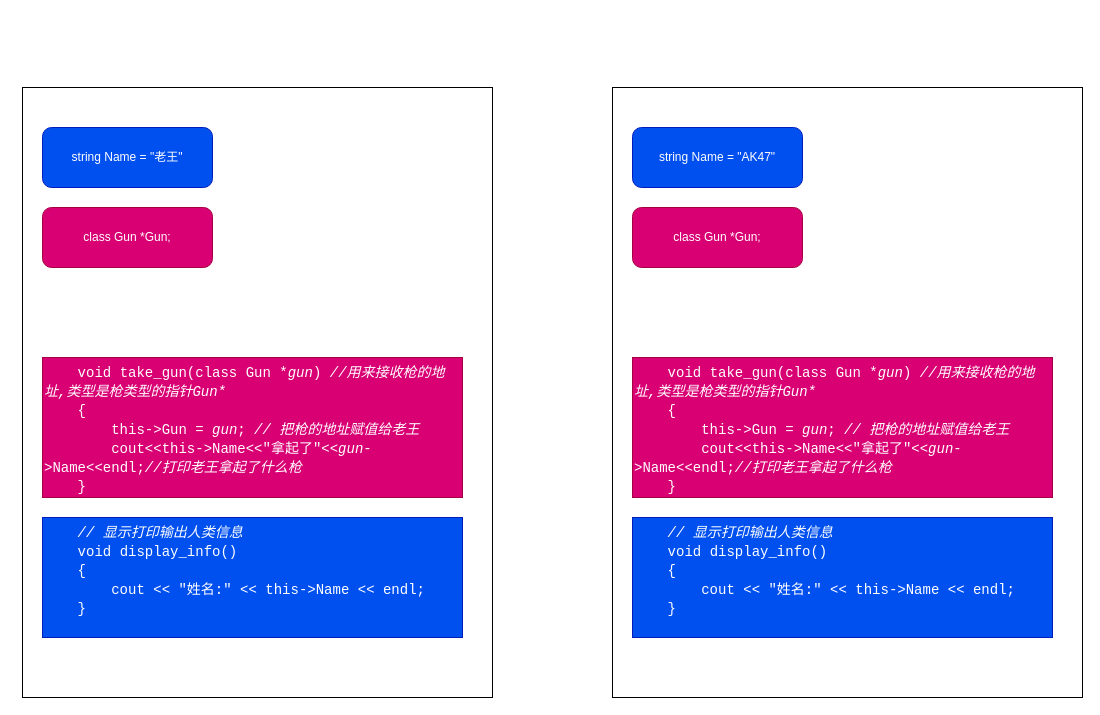
Above: wangmingdongc++/14.drawio in linzhangdaren/CPlusPlus_Learning (draw.io), before the change. Source tidied: cells renumbered, new cells numbered last; positions are measured from the earlier drawing's top-left corner, leaving out a move shared by most shapes. Both pictures are drawn from the tidied source at 100%, with x=0, y=0 at pixel (22, 87).
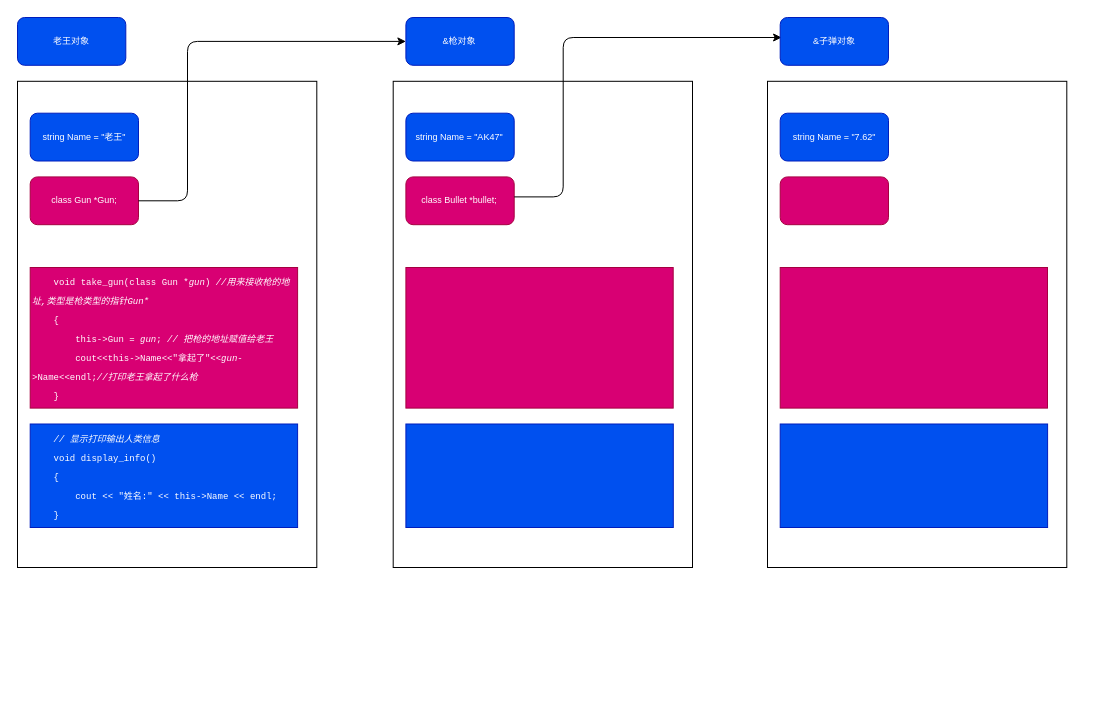
The same diagram, later.

Commit message:
老王开枪脑图

Change to the diagram source:
```diff
@@
+    <mxCell id="12" style="group;" parent="1" vertex="1">
+      <mxGeometry x="-5" y="-70" width="299.3" height="550" as="geometry" />
+    </mxCell>
-    <mxCell id="2" style="rounded=0;whiteSpace=wrap;html=1;labelBackgroundColor=none;fontFamily=Helvetica;fontSize=12;" parent="1" vertex="1">
-      <mxGeometry width="470" height="610" as="geometry" />
+    <mxCell id="2" style="rounded=0;whiteSpace=wrap;html=1;labelBackgroundColor=none;fontFamily=Helvetica;fontSize=9;" parent="12" vertex="1">
+      <mxGeometry y="63.8" width="299.3" height="486.2" as="geometry" />
     </mxCell>
-    <mxCell id="3" value="string Name = &quot;老王&quot;" style="rounded=1;whiteSpace=wrap;html=1;fillColor=#0050ef;fontColor=#ffffff;strokeColor=#001DBC;" parent="1" vertex="1">
-      <mxGeometry x="20" y="40" width="170" height="60" as="geometry" />
-    </mxCell>
-    <mxCell id="4" value="&lt;div style=&quot;font-family: &amp;quot;Fira Code&amp;quot;, Consolas, &amp;quot;Courier New&amp;quot;, monospace; font-weight: normal; font-size: 14px; line-height: 19px;&quot;&gt;&lt;div style=&quot;line-height: 19px;&quot;&gt;&lt;div&gt;&lt;span style=&quot;&quot;&gt;&amp;nbsp; &amp;nbsp; &lt;/span&gt;&lt;span style=&quot;&quot;&gt;void&lt;/span&gt;&lt;span style=&quot;&quot;&gt; &lt;/span&gt;&lt;span style=&quot;&quot;&gt;take_gun&lt;/span&gt;&lt;span style=&quot;&quot;&gt;(&lt;/span&gt;&lt;span style=&quot;&quot;&gt;class&lt;/span&gt;&lt;span style=&quot;&quot;&gt; &lt;/span&gt;&lt;span style=&quot;&quot;&gt;Gun&lt;/span&gt;&lt;span style=&quot;&quot;&gt; &lt;/span&gt;&lt;span style=&quot;&quot;&gt;*&lt;/span&gt;&lt;span style=&quot;font-style: italic;&quot;&gt;gun&lt;/span&gt;&lt;span style=&quot;&quot;&gt;)&lt;/span&gt;&lt;span style=&quot;font-style: italic;&quot;&gt; //用来接收枪的地址,类型是枪类型的指针Gun*&lt;/span&gt;&lt;/div&gt;&lt;div&gt;&lt;span style=&quot;&quot;&gt;&amp;nbsp; &amp;nbsp; &lt;/span&gt;&lt;span style=&quot;&quot;&gt;{&lt;/span&gt;&lt;/div&gt;&lt;div&gt;&lt;span style=&quot;&quot;&gt;&amp;nbsp; &amp;nbsp; &amp;nbsp; &amp;nbsp; &lt;/span&gt;&lt;span style=&quot;&quot;&gt;this-&amp;gt;&lt;/span&gt;Gun&lt;span style=&quot;&quot;&gt; &lt;/span&gt;&lt;span style=&quot;&quot;&gt;=&lt;/span&gt;&lt;span style=&quot;&quot;&gt; &lt;/span&gt;&lt;span style=&quot;font-style: italic;&quot;&gt;gun&lt;/span&gt;&lt;span style=&quot;&quot;&gt;;&lt;/span&gt;&lt;span style=&quot;font-style: italic;&quot;&gt; // 把枪的地址赋值给老王&lt;/span&gt;&lt;/div&gt;&lt;div&gt;&lt;span style=&quot;&quot;&gt;&amp;nbsp; &amp;nbsp; &amp;nbsp; &amp;nbsp; &lt;/span&gt;cout&lt;span style=&quot;&quot;&gt;&amp;lt;&amp;lt;&lt;/span&gt;&lt;span style=&quot;&quot;&gt;this-&amp;gt;&lt;/span&gt;Name&lt;span style=&quot;&quot;&gt;&amp;lt;&amp;lt;&lt;/span&gt;&lt;span style=&quot;&quot;&gt;&quot;&lt;/span&gt;&lt;span style=&quot;&quot;&gt;拿起了&lt;/span&gt;&lt;span style=&quot;&quot;&gt;&quot;&lt;/span&gt;&lt;span style=&quot;&quot;&gt;&amp;lt;&amp;lt;&lt;/span&gt;&lt;span style=&quot;font-style: italic;&quot;&gt;gun&lt;/span&gt;&lt;span style=&quot;&quot;&gt;-&amp;gt;&lt;/span&gt;Name&lt;span style=&quot;&quot;&gt;&amp;lt;&amp;lt;&lt;/span&gt;&lt;span style=&quot;&quot;&gt;endl&lt;/span&gt;&lt;span style=&quot;&quot;&gt;;&lt;/span&gt;&lt;span style=&quot;font-style: italic;&quot;&gt;//打印老王拿起了什么枪&lt;/span&gt;&lt;/div&gt;&lt;div&gt;&lt;span style=&quot;&quot;&gt;&amp;nbsp; &amp;nbsp; &lt;/span&gt;&lt;span style=&quot;&quot;&gt;}&lt;/span&gt;&lt;/div&gt;&lt;/div&gt;&lt;/div&gt;" style="text;whiteSpace=wrap;html=1;fillColor=#d80073;rounded=0;labelBackgroundColor=none;fontColor=#ffffff;strokeColor=#A50040;" parent="1" vertex="1">
-      <mxGeometry x="20" y="270" width="420" height="140" as="geometry" />
+    <mxCell id="4" value="&lt;div style=&quot;font-family: &amp;quot;Fira Code&amp;quot;, Consolas, &amp;quot;Courier New&amp;quot;, monospace; font-weight: normal; font-size: 9px; line-height: 19px;&quot;&gt;&lt;div style=&quot;line-height: 19px; font-size: 9px;&quot;&gt;&lt;div style=&quot;font-size: 9px;&quot;&gt;&lt;span style=&quot;font-size: 9px;&quot;&gt;&amp;nbsp; &amp;nbsp; &lt;/span&gt;&lt;span style=&quot;font-size: 9px;&quot;&gt;void&lt;/span&gt;&lt;span style=&quot;font-size: 9px;&quot;&gt; &lt;/span&gt;&lt;span style=&quot;font-size: 9px;&quot;&gt;take_gun&lt;/span&gt;&lt;span style=&quot;font-size: 9px;&quot;&gt;(&lt;/span&gt;&lt;span style=&quot;font-size: 9px;&quot;&gt;class&lt;/span&gt;&lt;span style=&quot;font-size: 9px;&quot;&gt; &lt;/span&gt;&lt;span style=&quot;font-size: 9px;&quot;&gt;Gun&lt;/span&gt;&lt;span style=&quot;font-size: 9px;&quot;&gt; &lt;/span&gt;&lt;span style=&quot;font-size: 9px;&quot;&gt;*&lt;/span&gt;&lt;span style=&quot;font-style: italic; font-size: 9px;&quot;&gt;gun&lt;/span&gt;&lt;span style=&quot;font-size: 9px;&quot;&gt;)&lt;/span&gt;&lt;span style=&quot;font-style: italic; font-size: 9px;&quot;&gt; //用来接收枪的地址,类型是枪类型的指针Gun*&lt;/span&gt;&lt;/div&gt;&lt;div style=&quot;font-size: 9px;&quot;&gt;&lt;span style=&quot;font-size: 9px;&quot;&gt;&amp;nbsp; &amp;nbsp; &lt;/span&gt;&lt;span style=&quot;font-size: 9px;&quot;&gt;{&lt;/span&gt;&lt;/div&gt;&lt;div style=&quot;font-size: 9px;&quot;&gt;&lt;span style=&quot;font-size: 9px;&quot;&gt;&amp;nbsp; &amp;nbsp; &amp;nbsp; &amp;nbsp; &lt;/span&gt;&lt;span style=&quot;font-size: 9px;&quot;&gt;this-&amp;gt;&lt;/span&gt;Gun&lt;span style=&quot;font-size: 9px;&quot;&gt; &lt;/span&gt;&lt;span style=&quot;font-size: 9px;&quot;&gt;=&lt;/span&gt;&lt;span style=&quot;font-size: 9px;&quot;&gt; &lt;/span&gt;&lt;span style=&quot;font-style: italic; font-size: 9px;&quot;&gt;gun&lt;/span&gt;&lt;span style=&quot;font-size: 9px;&quot;&gt;;&lt;/span&gt;&lt;span style=&quot;font-style: italic; font-size: 9px;&quot;&gt; // 把枪的地址赋值给老王&lt;/span&gt;&lt;/div&gt;&lt;div style=&quot;font-size: 9px;&quot;&gt;&lt;span style=&quot;font-size: 9px;&quot;&gt;&amp;nbsp; &amp;nbsp; &amp;nbsp; &amp;nbsp; &lt;/span&gt;cout&lt;span style=&quot;font-size: 9px;&quot;&gt;&amp;lt;&amp;lt;&lt;/span&gt;&lt;span style=&quot;font-size: 9px;&quot;&gt;this-&amp;gt;&lt;/span&gt;Name&lt;span style=&quot;font-size: 9px;&quot;&gt;&amp;lt;&amp;lt;&lt;/span&gt;&lt;span style=&quot;font-size: 9px;&quot;&gt;&quot;&lt;/span&gt;&lt;span style=&quot;font-size: 9px;&quot;&gt;拿起了&lt;/span&gt;&lt;span style=&quot;font-size: 9px;&quot;&gt;&quot;&lt;/span&gt;&lt;span style=&quot;font-size: 9px;&quot;&gt;&amp;lt;&amp;lt;&lt;/span&gt;&lt;span style=&quot;font-style: italic; font-size: 9px;&quot;&gt;gun&lt;/span&gt;&lt;span style=&quot;font-size: 9px;&quot;&gt;-&amp;gt;&lt;/span&gt;Name&lt;span style=&quot;font-size: 9px;&quot;&gt;&amp;lt;&amp;lt;&lt;/span&gt;&lt;span style=&quot;font-size: 9px;&quot;&gt;endl&lt;/span&gt;&lt;span style=&quot;font-size: 9px;&quot;&gt;;&lt;/span&gt;&lt;span style=&quot;font-style: italic; font-size: 9px;&quot;&gt;//打印老王拿起了什么枪&lt;/span&gt;&lt;/div&gt;&lt;div style=&quot;font-size: 9px;&quot;&gt;&lt;span style=&quot;font-size: 9px;&quot;&gt;&amp;nbsp; &amp;nbsp; &lt;/span&gt;&lt;span style=&quot;font-size: 9px;&quot;&gt;}&lt;/span&gt;&lt;/div&gt;&lt;/div&gt;&lt;/div&gt;" style="text;whiteSpace=wrap;html=1;fillColor=#d80073;rounded=0;labelBackgroundColor=none;fontColor=#ffffff;strokeColor=#A50040;fontSize=9;" parent="12" vertex="1">
+      <mxGeometry x="12.7" y="250" width="267.4" height="140.6" as="geometry" />
     </mxCell>
-    <mxCell id="5" value="class Gun *Gun;" style="rounded=1;whiteSpace=wrap;html=1;fillColor=#d80073;fontColor=#ffffff;strokeColor=#A50040;" parent="1" vertex="1">
-      <mxGeometry x="20" y="120" width="170" height="60" as="geometry" />
+    <mxCell id="5" value="class Gun *Gun;" style="rounded=1;whiteSpace=wrap;html=1;fillColor=#d80073;fontColor=#ffffff;strokeColor=#A50040;fontSize=9;" parent="12" vertex="1">
+      <mxGeometry x="12.7" y="159.4" width="108.3" height="47.8" as="geometry" />
     </mxCell>
-    <mxCell id="6" value="&lt;div style=&quot;font-family: &amp;quot;Fira Code&amp;quot;, Consolas, &amp;quot;Courier New&amp;quot;, monospace; font-weight: normal; font-size: 14px; line-height: 19px;&quot;&gt;&lt;div&gt;&lt;span style=&quot;font-style: italic;&quot;&gt;&amp;nbsp; &amp;nbsp; // 显示打印输出人类信息&lt;/span&gt;&lt;/div&gt;&lt;div&gt;&lt;span style=&quot;&quot;&gt;&amp;nbsp; &amp;nbsp; &lt;/span&gt;&lt;span style=&quot;&quot;&gt;void&lt;/span&gt;&lt;span style=&quot;&quot;&gt; &lt;/span&gt;&lt;span style=&quot;&quot;&gt;display_info&lt;/span&gt;&lt;span style=&quot;&quot;&gt;()&lt;/span&gt;&lt;/div&gt;&lt;div&gt;&lt;span style=&quot;&quot;&gt;&amp;nbsp; &amp;nbsp; &lt;/span&gt;&lt;span style=&quot;&quot;&gt;{&lt;/span&gt;&lt;/div&gt;&lt;div&gt;&lt;span style=&quot;&quot;&gt;&amp;nbsp; &amp;nbsp; &amp;nbsp; &amp;nbsp; &lt;/span&gt;&lt;span style=&quot;&quot;&gt;cout&lt;/span&gt;&lt;span style=&quot;&quot;&gt; &lt;/span&gt;&lt;span style=&quot;&quot;&gt;&amp;lt;&amp;lt;&lt;/span&gt;&lt;span style=&quot;&quot;&gt; &lt;/span&gt;&lt;span style=&quot;&quot;&gt;&quot;&lt;/span&gt;&lt;span style=&quot;&quot;&gt;姓名:&lt;/span&gt;&lt;span style=&quot;&quot;&gt;&quot;&lt;/span&gt;&lt;span style=&quot;&quot;&gt; &lt;/span&gt;&lt;span style=&quot;&quot;&gt;&amp;lt;&amp;lt;&lt;/span&gt;&lt;span style=&quot;&quot;&gt; &lt;/span&gt;&lt;span style=&quot;&quot;&gt;this-&amp;gt;&lt;/span&gt;&lt;span style=&quot;&quot;&gt;Name&lt;/span&gt;&lt;span style=&quot;&quot;&gt; &lt;/span&gt;&lt;span style=&quot;&quot;&gt;&amp;lt;&amp;lt;&lt;/span&gt;&lt;span style=&quot;&quot;&gt; &lt;/span&gt;&lt;span style=&quot;&quot;&gt;endl&lt;/span&gt;&lt;span style=&quot;&quot;&gt;;&lt;/span&gt;&lt;/div&gt;&lt;div&gt;&lt;span style=&quot;&quot;&gt;&amp;nbsp; &amp;nbsp; &lt;/span&gt;&lt;span style=&quot;&quot;&gt;}&lt;/span&gt;&lt;/div&gt;&lt;/div&gt;" style="text;whiteSpace=wrap;html=1;fillColor=#0050ef;rounded=0;labelBackgroundColor=none;fontColor=#ffffff;strokeColor=#001DBC;" parent="1" vertex="1">
-      <mxGeometry x="20" y="430" width="420" height="120" as="geometry" />
+    <mxCell id="6" value="&lt;div style=&quot;font-family: &amp;quot;Fira Code&amp;quot;, Consolas, &amp;quot;Courier New&amp;quot;, monospace; font-weight: normal; font-size: 9px; line-height: 19px;&quot;&gt;&lt;div style=&quot;font-size: 9px;&quot;&gt;&lt;span style=&quot;font-style: italic; font-size: 9px;&quot;&gt;&amp;nbsp; &amp;nbsp; // 显示打印输出人类信息&lt;/span&gt;&lt;/div&gt;&lt;div style=&quot;font-size: 9px;&quot;&gt;&lt;span style=&quot;font-size: 9px;&quot;&gt;&amp;nbsp; &amp;nbsp; &lt;/span&gt;&lt;span style=&quot;font-size: 9px;&quot;&gt;void&lt;/span&gt;&lt;span style=&quot;font-size: 9px;&quot;&gt; &lt;/span&gt;&lt;span style=&quot;font-size: 9px;&quot;&gt;display_info&lt;/span&gt;&lt;span style=&quot;font-size: 9px;&quot;&gt;()&lt;/span&gt;&lt;/div&gt;&lt;div style=&quot;font-size: 9px;&quot;&gt;&lt;span style=&quot;font-size: 9px;&quot;&gt;&amp;nbsp; &amp;nbsp; &lt;/span&gt;&lt;span style=&quot;font-size: 9px;&quot;&gt;{&lt;/span&gt;&lt;/div&gt;&lt;div style=&quot;font-size: 9px;&quot;&gt;&lt;span style=&quot;font-size: 9px;&quot;&gt;&amp;nbsp; &amp;nbsp; &amp;nbsp; &amp;nbsp; &lt;/span&gt;&lt;span style=&quot;font-size: 9px;&quot;&gt;cout&lt;/span&gt;&lt;span style=&quot;font-size: 9px;&quot;&gt; &lt;/span&gt;&lt;span style=&quot;font-size: 9px;&quot;&gt;&amp;lt;&amp;lt;&lt;/span&gt;&lt;span style=&quot;font-size: 9px;&quot;&gt; &lt;/span&gt;&lt;span style=&quot;font-size: 9px;&quot;&gt;&quot;&lt;/span&gt;&lt;span style=&quot;font-size: 9px;&quot;&gt;姓名:&lt;/span&gt;&lt;span style=&quot;font-size: 9px;&quot;&gt;&quot;&lt;/span&gt;&lt;span style=&quot;font-size: 9px;&quot;&gt; &lt;/span&gt;&lt;span style=&quot;font-size: 9px;&quot;&gt;&amp;lt;&amp;lt;&lt;/span&gt;&lt;span style=&quot;font-size: 9px;&quot;&gt; &lt;/span&gt;&lt;span style=&quot;font-size: 9px;&quot;&gt;this-&amp;gt;&lt;/span&gt;&lt;span style=&quot;font-size: 9px;&quot;&gt;Name&lt;/span&gt;&lt;span style=&quot;font-size: 9px;&quot;&gt; &lt;/span&gt;&lt;span style=&quot;font-size: 9px;&quot;&gt;&amp;lt;&amp;lt;&lt;/span&gt;&lt;span style=&quot;font-size: 9px;&quot;&gt; &lt;/span&gt;&lt;span style=&quot;font-size: 9px;&quot;&gt;endl&lt;/span&gt;&lt;span style=&quot;font-size: 9px;&quot;&gt;;&lt;/span&gt;&lt;/div&gt;&lt;div style=&quot;font-size: 9px;&quot;&gt;&lt;span style=&quot;font-size: 9px;&quot;&gt;&amp;nbsp; &amp;nbsp; &lt;/span&gt;&lt;span style=&quot;font-size: 9px;&quot;&gt;}&lt;/span&gt;&lt;/div&gt;&lt;/div&gt;" style="text;whiteSpace=wrap;html=1;fillColor=#0050ef;rounded=0;labelBackgroundColor=none;fontColor=#ffffff;strokeColor=#001DBC;fontSize=9;" parent="12" vertex="1">
+      <mxGeometry x="12.7" y="406.5" width="267.4" height="103.5" as="geometry" />
     </mxCell>
+    <mxCell id="13" value="老王对象" style="rounded=1;whiteSpace=wrap;html=1;fillColor=#0050ef;fontColor=#ffffff;strokeColor=#001DBC;fontSize=9;" parent="12" vertex="1">
+      <mxGeometry width="108.3" height="47.8" as="geometry" />
+    </mxCell>
+    <mxCell id="3" value="string Name = &quot;老王&quot;" style="rounded=1;whiteSpace=wrap;html=1;fillColor=#0050ef;fontColor=#ffffff;strokeColor=#001DBC;fontSize=9;" parent="12" vertex="1">
+      <mxGeometry x="12.7" y="95.7" width="108.3" height="47.8" as="geometry" />
+    </mxCell>
+    <mxCell id="14" style="group;" parent="1" vertex="1">
+      <mxGeometry x="370.7" y="-70" width="299.3" height="550" as="geometry" />
+    </mxCell>
+    <mxCell id="15" value="&amp;amp;枪对象" style="rounded=1;whiteSpace=wrap;html=1;fillColor=#0050ef;fontColor=#ffffff;strokeColor=#001DBC;fontSize=9;" parent="14" vertex="1">
+      <mxGeometry x="12.7" width="108.3" height="47.8" as="geometry" />
+    </mxCell>
-    <mxCell id="7" style="rounded=0;whiteSpace=wrap;html=1;labelBackgroundColor=none;fontFamily=Helvetica;fontSize=12;" parent="1" vertex="1">
-      <mxGeometry x="590" width="470" height="610" as="geometry" />
+    <mxCell id="7" style="rounded=0;whiteSpace=wrap;html=1;labelBackgroundColor=none;fontFamily=Helvetica;fontSize=9;" parent="14" vertex="1">
+      <mxGeometry y="63.8" width="299.3" height="486.2" as="geometry" />
     </mxCell>
-    <mxCell id="8" value="string Name = &quot;AK47&quot;" style="rounded=1;whiteSpace=wrap;html=1;fillColor=#0050ef;fontColor=#ffffff;strokeColor=#001DBC;" parent="1" vertex="1">
-      <mxGeometry x="610" y="40" width="170" height="60" as="geometry" />
+    <mxCell id="8" value="string Name = &quot;AK47&quot;" style="rounded=1;whiteSpace=wrap;html=1;fillColor=#0050ef;fontColor=#ffffff;strokeColor=#001DBC;fontSize=9;" parent="14" vertex="1">
+      <mxGeometry x="12.7" y="95.7" width="108.3" height="47.8" as="geometry" />
     </mxCell>
-    <mxCell id="9" value="&lt;div style=&quot;font-family: &amp;quot;Fira Code&amp;quot;, Consolas, &amp;quot;Courier New&amp;quot;, monospace; font-weight: normal; font-size: 14px; line-height: 19px;&quot;&gt;&lt;div style=&quot;line-height: 19px;&quot;&gt;&lt;div&gt;&lt;span style=&quot;&quot;&gt;&amp;nbsp; &amp;nbsp; &lt;/span&gt;&lt;span style=&quot;&quot;&gt;void&lt;/span&gt;&lt;span style=&quot;&quot;&gt; &lt;/span&gt;&lt;span style=&quot;&quot;&gt;take_gun&lt;/span&gt;&lt;span style=&quot;&quot;&gt;(&lt;/span&gt;&lt;span style=&quot;&quot;&gt;class&lt;/span&gt;&lt;span style=&quot;&quot;&gt; &lt;/span&gt;&lt;span style=&quot;&quot;&gt;Gun&lt;/span&gt;&lt;span style=&quot;&quot;&gt; &lt;/span&gt;&lt;span style=&quot;&quot;&gt;*&lt;/span&gt;&lt;span style=&quot;font-style: italic;&quot;&gt;gun&lt;/span&gt;&lt;span style=&quot;&quot;&gt;)&lt;/span&gt;&lt;span style=&quot;font-style: italic;&quot;&gt; //用来接收枪的地址,类型是枪类型的指针Gun*&lt;/span&gt;&lt;/div&gt;&lt;div&gt;&lt;span style=&quot;&quot;&gt;&amp;nbsp; &amp;nbsp; &lt;/span&gt;&lt;span style=&quot;&quot;&gt;{&lt;/span&gt;&lt;/div&gt;&lt;div&gt;&lt;span style=&quot;&quot;&gt;&amp;nbsp; &amp;nbsp; &amp;nbsp; &amp;nbsp; &lt;/span&gt;&lt;span style=&quot;&quot;&gt;this-&amp;gt;&lt;/span&gt;Gun&lt;span style=&quot;&quot;&gt; &lt;/span&gt;&lt;span style=&quot;&quot;&gt;=&lt;/span&gt;&lt;span style=&quot;&quot;&gt; &lt;/span&gt;&lt;span style=&quot;font-style: italic;&quot;&gt;gun&lt;/span&gt;&lt;span style=&quot;&quot;&gt;;&lt;/span&gt;&lt;span style=&quot;font-style: italic;&quot;&gt; // 把枪的地址赋值给老王&lt;/span&gt;&lt;/div&gt;&lt;div&gt;&lt;span style=&quot;&quot;&gt;&amp;nbsp; &amp;nbsp; &amp;nbsp; &amp;nbsp; &lt;/span&gt;cout&lt;span style=&quot;&quot;&gt;&amp;lt;&amp;lt;&lt;/span&gt;&lt;span style=&quot;&quot;&gt;this-&amp;gt;&lt;/span&gt;Name&lt;span style=&quot;&quot;&gt;&amp;lt;&amp;lt;&lt;/span&gt;&lt;span style=&quot;&quot;&gt;&quot;&lt;/span&gt;&lt;span style=&quot;&quot;&gt;拿起了&lt;/span&gt;&lt;span style=&quot;&quot;&gt;&quot;&lt;/span&gt;&lt;span style=&quot;&quot;&gt;&amp;lt;&amp;lt;&lt;/span&gt;&lt;span style=&quot;font-style: italic;&quot;&gt;gun&lt;/span&gt;&lt;span style=&quot;&quot;&gt;-&amp;gt;&lt;/span&gt;Name&lt;span style=&quot;&quot;&gt;&amp;lt;&amp;lt;&lt;/span&gt;&lt;span style=&quot;&quot;&gt;endl&lt;/span&gt;&lt;span style=&quot;&quot;&gt;;&lt;/span&gt;&lt;span style=&quot;font-style: italic;&quot;&gt;//打印老王拿起了什么枪&lt;/span&gt;&lt;/div&gt;&lt;div&gt;&lt;span style=&quot;&quot;&gt;&amp;nbsp; &amp;nbsp; &lt;/span&gt;&lt;span style=&quot;&quot;&gt;}&lt;/span&gt;&lt;/div&gt;&lt;/div&gt;&lt;/div&gt;" style="text;whiteSpace=wrap;html=1;fillColor=#d80073;rounded=0;labelBackgroundColor=none;fontColor=#ffffff;strokeColor=#A50040;" parent="1" vertex="1">
-      <mxGeometry x="610" y="270" width="420" height="140" as="geometry" />
+    <mxCell id="9" value="&lt;div style=&quot;font-family: &amp;quot;Fira Code&amp;quot;, Consolas, &amp;quot;Courier New&amp;quot;, monospace; font-weight: normal; font-size: 9px; line-height: 19px;&quot;&gt;&lt;div style=&quot;line-height: 19px; font-size: 9px;&quot;&gt;&lt;div style=&quot;font-size: 9px;&quot;&gt;&lt;br&gt;&lt;/div&gt;&lt;/div&gt;&lt;/div&gt;" style="text;whiteSpace=wrap;html=1;fillColor=#d80073;rounded=0;labelBackgroundColor=none;fontColor=#ffffff;strokeColor=#A50040;fontSize=9;" parent="14" vertex="1">
+      <mxGeometry x="12.7" y="250" width="267.3" height="140.6" as="geometry" />
     </mxCell>
-    <mxCell id="10" value="class Gun *Gun;" style="rounded=1;whiteSpace=wrap;html=1;fillColor=#d80073;fontColor=#ffffff;strokeColor=#A50040;" parent="1" vertex="1">
-      <mxGeometry x="610" y="120" width="170" height="60" as="geometry" />
+    <mxCell id="10" value="class Bullet *bullet;" style="rounded=1;whiteSpace=wrap;html=1;fillColor=#d80073;fontColor=#ffffff;strokeColor=#A50040;fontSize=9;" parent="14" vertex="1">
+      <mxGeometry x="12.7" y="159.4" width="108.3" height="47.8" as="geometry" />
     </mxCell>
-    <mxCell id="11" value="&lt;div style=&quot;font-family: &amp;quot;Fira Code&amp;quot;, Consolas, &amp;quot;Courier New&amp;quot;, monospace; font-weight: normal; font-size: 14px; line-height: 19px;&quot;&gt;&lt;div&gt;&lt;span style=&quot;font-style: italic;&quot;&gt;&amp;nbsp; &amp;nbsp; // 显示打印输出人类信息&lt;/span&gt;&lt;/div&gt;&lt;div&gt;&lt;span style=&quot;&quot;&gt;&amp;nbsp; &amp;nbsp; &lt;/span&gt;&lt;span style=&quot;&quot;&gt;void&lt;/span&gt;&lt;span style=&quot;&quot;&gt; &lt;/span&gt;&lt;span style=&quot;&quot;&gt;display_info&lt;/span&gt;&lt;span style=&quot;&quot;&gt;()&lt;/span&gt;&lt;/div&gt;&lt;div&gt;&lt;span style=&quot;&quot;&gt;&amp;nbsp; &amp;nbsp; &lt;/span&gt;&lt;span style=&quot;&quot;&gt;{&lt;/span&gt;&lt;/div&gt;&lt;div&gt;&lt;span style=&quot;&quot;&gt;&amp;nbsp; &amp;nbsp; &amp;nbsp; &amp;nbsp; &lt;/span&gt;&lt;span style=&quot;&quot;&gt;cout&lt;/span&gt;&lt;span style=&quot;&quot;&gt; &lt;/span&gt;&lt;span style=&quot;&quot;&gt;&amp;lt;&amp;lt;&lt;/span&gt;&lt;span style=&quot;&quot;&gt; &lt;/span&gt;&lt;span style=&quot;&quot;&gt;&quot;&lt;/span&gt;&lt;span style=&quot;&quot;&gt;姓名:&lt;/span&gt;&lt;span style=&quot;&quot;&gt;&quot;&lt;/span&gt;&lt;span style=&quot;&quot;&gt; &lt;/span&gt;&lt;span style=&quot;&quot;&gt;&amp;lt;&amp;lt;&lt;/span&gt;&lt;span style=&quot;&quot;&gt; &lt;/span&gt;&lt;span style=&quot;&quot;&gt;this-&amp;gt;&lt;/span&gt;&lt;span style=&quot;&quot;&gt;Name&lt;/span&gt;&lt;span style=&quot;&quot;&gt; &lt;/span&gt;&lt;span style=&quot;&quot;&gt;&amp;lt;&amp;lt;&lt;/span&gt;&lt;span style=&quot;&quot;&gt; &lt;/span&gt;&lt;span style=&quot;&quot;&gt;endl&lt;/span&gt;&lt;span style=&quot;&quot;&gt;;&lt;/span&gt;&lt;/div&gt;&lt;div&gt;&lt;span style=&quot;&quot;&gt;&amp;nbsp; &amp;nbsp; &lt;/span&gt;&lt;span style=&quot;&quot;&gt;}&lt;/span&gt;&lt;/div&gt;&lt;/div&gt;" style="text;whiteSpace=wrap;html=1;fillColor=#0050ef;rounded=0;labelBackgroundColor=none;fontColor=#ffffff;strokeColor=#001DBC;" parent="1" vertex="1">
-      <mxGeometry x="610" y="430" width="420" height="120" as="geometry" />
+    <mxCell id="11" value="&lt;div style=&quot;font-family: &amp;quot;Fira Code&amp;quot;, Consolas, &amp;quot;Courier New&amp;quot;, monospace; font-weight: normal; font-size: 9px; line-height: 19px;&quot;&gt;&lt;div style=&quot;font-size: 9px;&quot;&gt;&lt;br&gt;&lt;/div&gt;&lt;/div&gt;" style="text;whiteSpace=wrap;html=1;fillColor=#0050ef;rounded=0;labelBackgroundColor=none;fontColor=#ffffff;strokeColor=#001DBC;fontSize=9;" parent="14" vertex="1">
+      <mxGeometry x="12.7" y="406.5" width="267.4" height="103.5" as="geometry" />
     </mxCell>
+    <mxCell id="16" style="orthogonalLoop=1;jettySize=auto;html=1;entryX=0;entryY=0.5;entryDx=0;entryDy=0;edgeStyle=elbowEdgeStyle;fontSize=9;exitX=1;exitY=0.5;exitDx=0;exitDy=0;" parent="14" edge="1">
+      <mxGeometry relative="1" as="geometry">
+        <mxPoint x="121" y="179.4" as="sourcePoint" />
+        <mxPoint x="388.4" y="20" as="targetPoint" />
+        <Array as="points">
+          <mxPoint x="170" y="186.1" />
+        </Array>
+      </mxGeometry>
+    </mxCell>
+    <mxCell id="17" style="jettySize=auto;html=1;entryX=0;entryY=0.5;entryDx=0;entryDy=0;edgeStyle=elbowEdgeStyle;fontSize=9;exitX=1;exitY=0.5;exitDx=0;exitDy=0;" parent="1" edge="1" source="5" target="15">
+      <mxGeometry relative="1" as="geometry">
+        <Array as="points">
+          <mxPoint x="165" y="120" />
+        </Array>
+      </mxGeometry>
+    </mxCell>
+    <mxCell id="18" style="group;" parent="1" vertex="1">
+      <mxGeometry x="745" y="-70" width="299.3" height="550" as="geometry" />
+    </mxCell>
+    <mxCell id="19" value="&amp;amp;子弹对象" style="rounded=1;whiteSpace=wrap;html=1;fillColor=#0050ef;fontColor=#ffffff;strokeColor=#001DBC;fontSize=9;" parent="18" vertex="1">
+      <mxGeometry x="12.7" width="108.3" height="47.8" as="geometry" />
+    </mxCell>
+    <mxCell id="20" style="rounded=0;whiteSpace=wrap;html=1;labelBackgroundColor=none;fontFamily=Helvetica;fontSize=9;" parent="18" vertex="1">
+      <mxGeometry y="63.8" width="299.3" height="486.2" as="geometry" />
+    </mxCell>
+    <mxCell id="21" value="string Name = &quot;7.62&quot;" style="rounded=1;whiteSpace=wrap;html=1;fillColor=#0050ef;fontColor=#ffffff;strokeColor=#001DBC;fontSize=9;" parent="18" vertex="1">
+      <mxGeometry x="12.7" y="95.7" width="108.3" height="47.8" as="geometry" />
+    </mxCell>
+    <mxCell id="22" value="&lt;div style=&quot;font-family: &amp;quot;Fira Code&amp;quot;, Consolas, &amp;quot;Courier New&amp;quot;, monospace; font-weight: normal; font-size: 9px; line-height: 19px;&quot;&gt;&lt;div style=&quot;line-height: 19px; font-size: 9px;&quot;&gt;&lt;div style=&quot;font-size: 9px;&quot;&gt;&lt;br&gt;&lt;/div&gt;&lt;/div&gt;&lt;/div&gt;" style="text;whiteSpace=wrap;html=1;fillColor=#d80073;rounded=0;labelBackgroundColor=none;fontColor=#ffffff;strokeColor=#A50040;fontSize=9;" parent="18" vertex="1">
+      <mxGeometry x="12.7" y="250" width="267.3" height="140.6" as="geometry" />
+    </mxCell>
+    <mxCell id="23" style="rounded=1;whiteSpace=wrap;html=1;fillColor=#d80073;fontColor=#ffffff;strokeColor=#A50040;fontSize=9;" parent="18" vertex="1">
+      <mxGeometry x="12.7" y="159.4" width="108.3" height="47.8" as="geometry" />
+    </mxCell>
+    <mxCell id="24" value="&lt;div style=&quot;font-family: &amp;quot;Fira Code&amp;quot;, Consolas, &amp;quot;Courier New&amp;quot;, monospace; font-weight: normal; font-size: 9px; line-height: 19px;&quot;&gt;&lt;div style=&quot;font-size: 9px;&quot;&gt;&lt;br&gt;&lt;/div&gt;&lt;/div&gt;" style="text;whiteSpace=wrap;html=1;fillColor=#0050ef;rounded=0;labelBackgroundColor=none;fontColor=#ffffff;strokeColor=#001DBC;fontSize=9;" parent="18" vertex="1">
+      <mxGeometry x="12.7" y="406.5" width="267.4" height="103.5" as="geometry" />
+    </mxCell>
```
